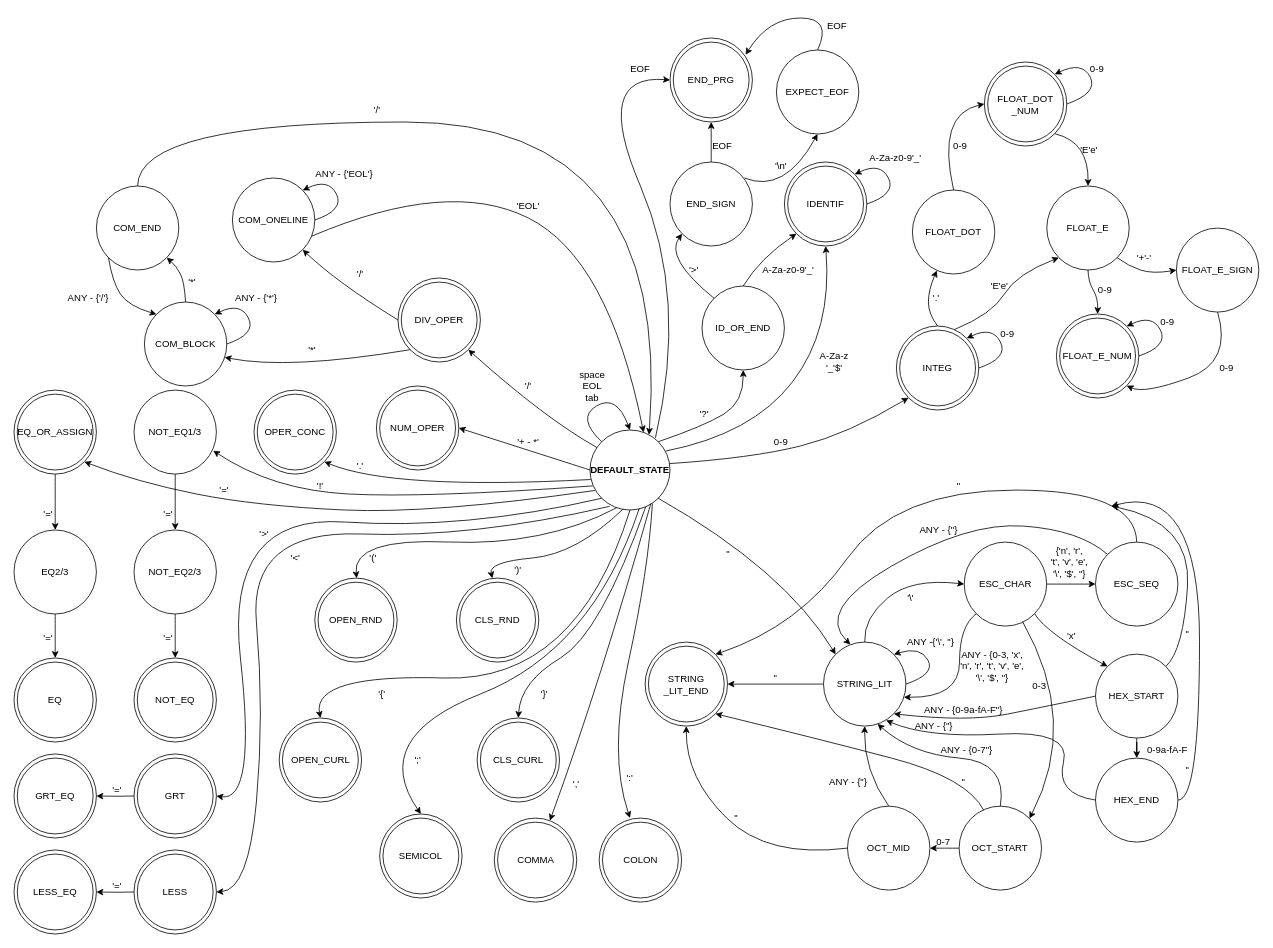
Before: info/DFSM-pro-scanner.drawio in Daniel-Jacobs-FIT/projekt_prekladac, a draw.io diagram. Source tidied: cells renumbered, new cells numbered last; positions are measured from the earlier drawing's top-left corner, leaving out a move shared by most shapes. Both pictures are drawn from the tidied source at 80%, with x=0, y=0 at pixel (14, 14).
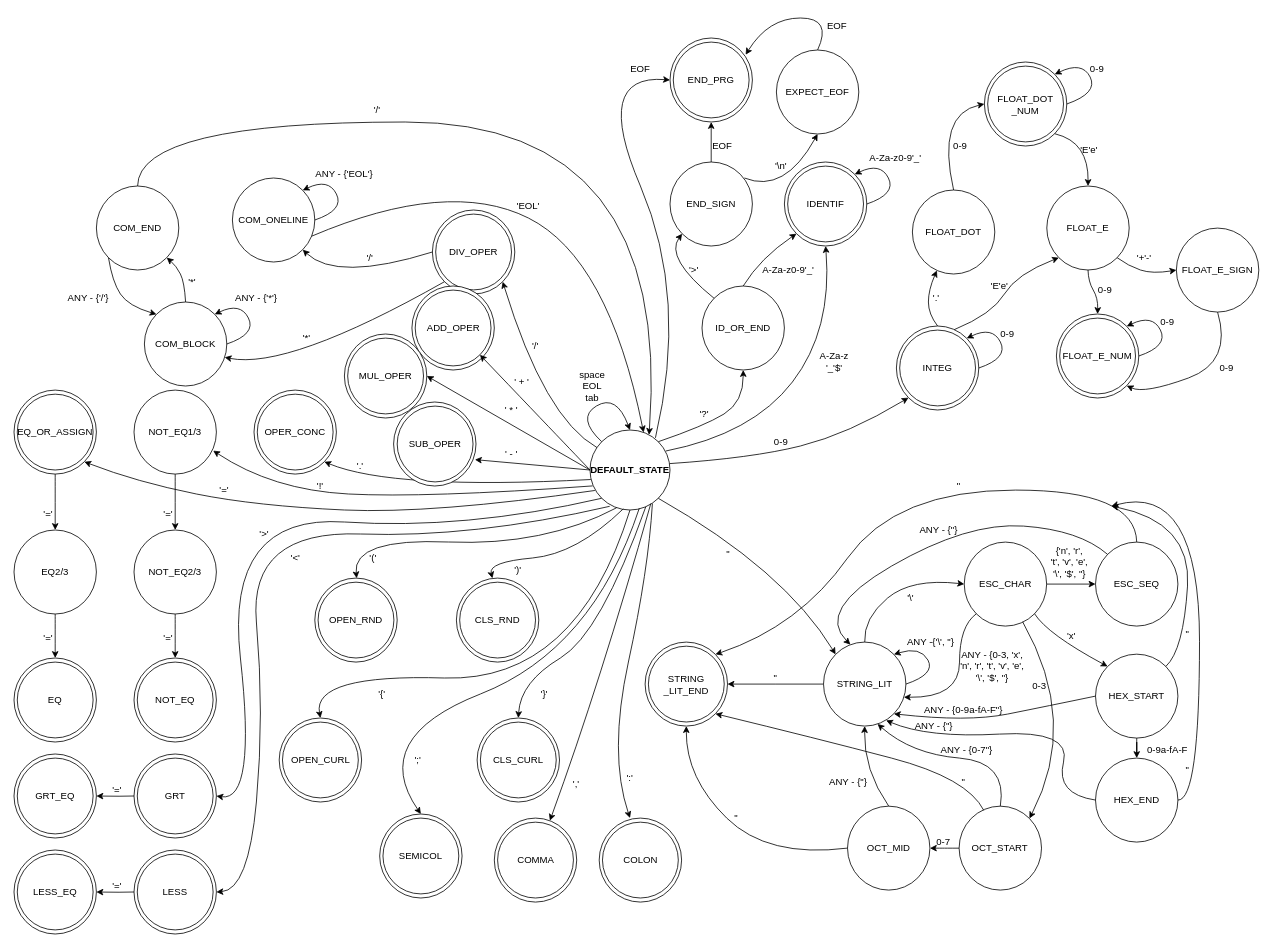
Above is the later version.

Unchanged cells that the change refers to:
```xml
<mxCell id="2" value="&lt;div&gt;&lt;b&gt;DEFAULT_STATE&lt;br&gt;&lt;/b&gt;&lt;/div&gt;" style="ellipse;whiteSpace=wrap;html=1;" parent="1" vertex="1">
  <mxGeometry x="720" y="520" width="100" height="100" as="geometry" />
</mxCell>
```

Diff of the diagram source:
```diff
@@
+    <mxCell id="206" style="edgeStyle=none;html=1;exitX=0;exitY=0.5;exitDx=0;exitDy=0;entryX=1;entryY=0.5;entryDx=0;entryDy=0;" parent="1" edge="1" source="2" target="210">
+      <mxGeometry relative="1" as="geometry" />
+    </mxCell>
+    <mxCell id="207" style="edgeStyle=none;html=1;exitX=0;exitY=0.5;exitDx=0;exitDy=0;entryX=0.987;entryY=0.686;entryDx=0;entryDy=0;entryPerimeter=0;" parent="1" edge="1" source="2" target="212">
+      <mxGeometry relative="1" as="geometry" />
+    </mxCell>
@@
     <mxCell id="6" value="'/'" style="text;html=1;strokeColor=none;fillColor=none;align=center;verticalAlign=middle;whiteSpace=wrap;rounded=0;" parent="1" vertex="1">
-      <mxGeometry x="613" y="450" width="60" height="30" as="geometry" />
+      <mxGeometry x="621.9" y="400" width="60" height="30" as="geometry" />
     </mxCell>
     <mxCell id="7" style="ellipse;whiteSpace=wrap;html=1;" parent="1" vertex="1">
-      <mxGeometry x="480" y="330" width="103" height="105" as="geometry" />
+      <mxGeometry x="523" y="245" width="103" height="105" as="geometry" />
     </mxCell>
     <mxCell id="8" value="DIV_OPER" style="ellipse;whiteSpace=wrap;html=1;" parent="1" vertex="1">
-      <mxGeometry x="484.1" y="335.1" width="94.8" height="94.8" as="geometry" />
+      <mxGeometry x="527.1" y="250.1" width="94.8" height="94.8" as="geometry" />
     </mxCell>
@@
     <mxCell id="13" value="'/'" style="text;html=1;strokeColor=none;fillColor=none;align=center;verticalAlign=middle;whiteSpace=wrap;rounded=0;" parent="1" vertex="1">
-      <mxGeometry x="403" y="310" width="60" height="30" as="geometry" />
+      <mxGeometry x="414.5" y="290" width="60" height="30" as="geometry" />
     </mxCell>
@@
     <mxCell id="20" value="'*'" style="text;html=1;strokeColor=none;fillColor=none;align=center;verticalAlign=middle;whiteSpace=wrap;rounded=0;" parent="1" vertex="1">
-      <mxGeometry x="343" y="405" width="60" height="30" as="geometry" />
+      <mxGeometry x="335.6" y="390" width="60" height="30" as="geometry" />
     </mxCell>
@@
     <mxCell id="28" style="ellipse;whiteSpace=wrap;html=1;" parent="1" vertex="1">
-      <mxGeometry x="453" y="465" width="103" height="105" as="geometry" />
+      <mxGeometry x="497.4" y="340" width="103" height="105" as="geometry" />
     </mxCell>
-    <mxCell id="29" value="NUM_OPER" style="ellipse;whiteSpace=wrap;html=1;" parent="1" vertex="1">
-      <mxGeometry x="457.1" y="470.1" width="94.8" height="94.8" as="geometry" />
+    <mxCell id="29" value="ADD_OPER&lt;br&gt;" style="ellipse;whiteSpace=wrap;html=1;" parent="1" vertex="1">
+      <mxGeometry x="501.5" y="345.1" width="94.8" height="94.8" as="geometry" />
     </mxCell>
-    <mxCell id="30" style="curved=1;endArrow=classic;html=1;rounded=0;exitX=0;exitY=0.5;exitDx=0;exitDy=0;entryX=1;entryY=0.5;entryDx=0;entryDy=0;" parent="1" edge="1" source="2" target="28">
+    <mxCell id="30" style="curved=1;endArrow=classic;html=1;rounded=0;exitX=0;exitY=0.5;exitDx=0;exitDy=0;entryX=1;entryY=1;entryDx=0;entryDy=0;" parent="1" edge="1" source="2" target="29">
       <mxGeometry relative="1" as="geometry" />
     </mxCell>
-    <mxCell id="31" value="'+ - *'" style="text;html=1;strokeColor=none;fillColor=none;align=center;verticalAlign=middle;whiteSpace=wrap;rounded=0;" parent="1" vertex="1">
-      <mxGeometry x="613" y="520" width="60" height="30" as="geometry" />
+    <mxCell id="31" value="' + '" style="text;html=1;strokeColor=none;fillColor=none;align=center;verticalAlign=middle;whiteSpace=wrap;rounded=0;" parent="1" vertex="1">
+      <mxGeometry x="604.5" y="444.9" width="60" height="30" as="geometry" />
     </mxCell>
@@
+    <mxCell id="208" value="' * '" style="text;html=1;strokeColor=none;fillColor=none;align=center;verticalAlign=middle;whiteSpace=wrap;rounded=0;" parent="1" vertex="1">
+      <mxGeometry x="591.9" y="480" width="60" height="30" as="geometry" />
+    </mxCell>
+    <mxCell id="209" value="' - '" style="text;html=1;strokeColor=none;fillColor=none;align=center;verticalAlign=middle;whiteSpace=wrap;rounded=0;" parent="1" vertex="1">
+      <mxGeometry x="591.9" y="535" width="60" height="30" as="geometry" />
+    </mxCell>
+    <mxCell id="210" style="ellipse;whiteSpace=wrap;html=1;" parent="1" vertex="1">
+      <mxGeometry x="413" y="400" width="103" height="105" as="geometry" />
+    </mxCell>
+    <mxCell id="211" value="MUL_OPER" style="ellipse;whiteSpace=wrap;html=1;" parent="1" vertex="1">
+      <mxGeometry x="417.1" y="405.1" width="94.8" height="94.8" as="geometry" />
+    </mxCell>
+    <mxCell id="212" style="ellipse;whiteSpace=wrap;html=1;" parent="1" vertex="1">
+      <mxGeometry x="474.5" y="485" width="103" height="105" as="geometry" />
+    </mxCell>
+    <mxCell id="213" value="SUB_OPER" style="ellipse;whiteSpace=wrap;html=1;" parent="1" vertex="1">
+      <mxGeometry x="479" y="490.1" width="94.8" height="94.8" as="geometry" />
+    </mxCell>
```
